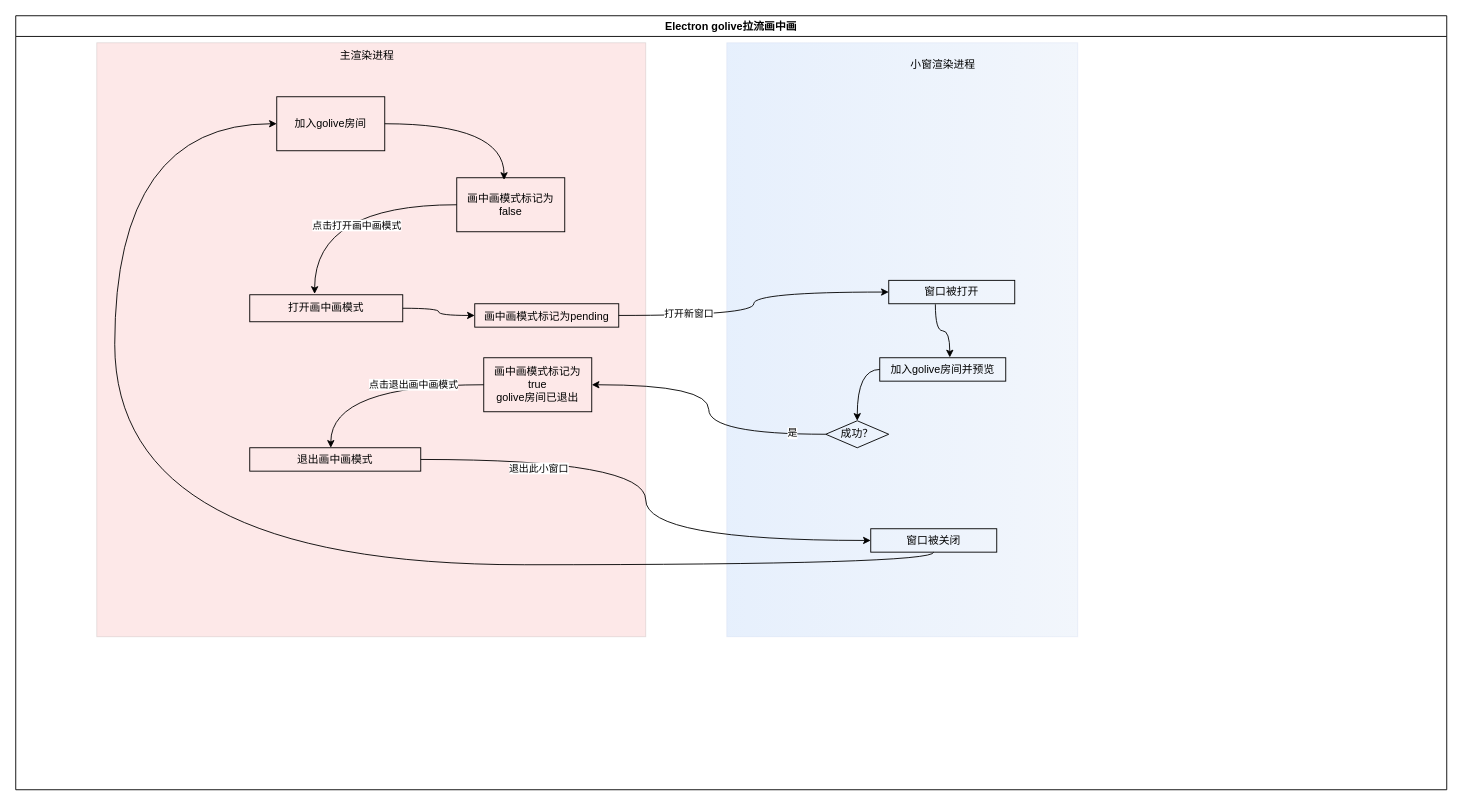
Above: 新窗口画中画.drawio in ccccccp/draw-io (draw.io), before the change. Source tidied: cells renumbered, new cells numbered last; positions are measured from the earlier drawing's top-left corner, leaving out a move shared by most shapes. Both pictures are drawn from the tidied source at 90%, with x=0, y=0 at pixel (15, 15).
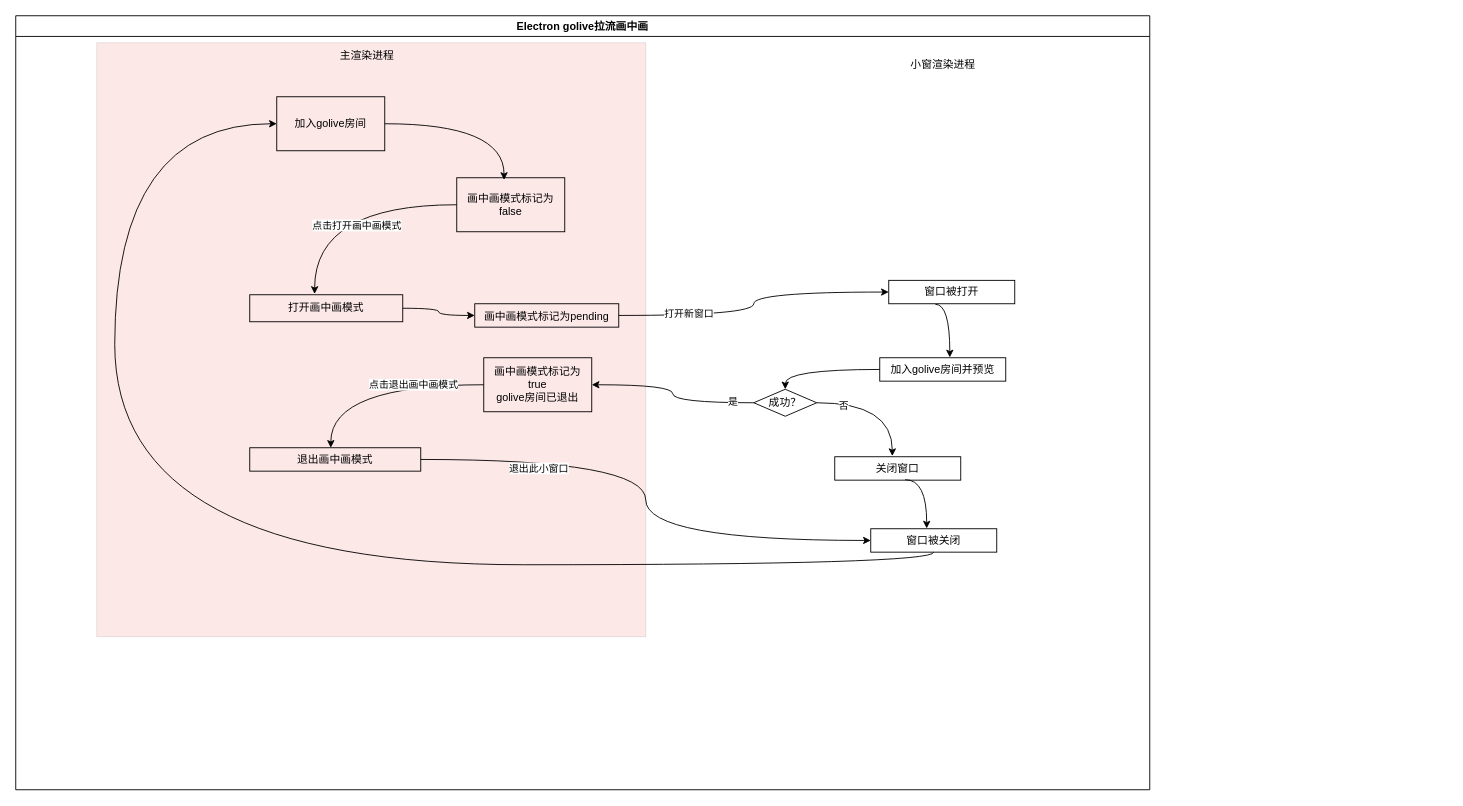
Above is the later version.

Commit message:
更新新窗口画中画.drawio

Unchanged cells that the change refers to:
```xml
<mxCell id="8" value="加入golive房间并预览" style="text;strokeColor=default;fillColor=none;align=center;verticalAlign=middle;spacingLeft=4;spacingRight=4;overflow=hidden;points=[[0,0.5],[1,0.5]];portConstraint=eastwest;whiteSpace=wrap;html=1;" parent="2" vertex="1">
  <mxGeometry x="960" y="380" width="140" height="26" as="geometry" />
</mxCell>
<mxCell id="11" value="窗口被关闭" style="text;strokeColor=default;fillColor=none;align=center;verticalAlign=middle;spacingLeft=4;spacingRight=4;overflow=hidden;points=[[0,0.5],[1,0.5]];portConstraint=eastwest;whiteSpace=wrap;html=1;" parent="2" vertex="1">
  <mxGeometry x="950" y="570" width="140" height="26" as="geometry" />
</mxCell>
<mxCell id="12" value="窗口被打开" style="text;strokeColor=default;fillColor=none;align=center;verticalAlign=middle;spacingLeft=4;spacingRight=4;overflow=hidden;points=[[0,0.5],[1,0.5]];portConstraint=eastwest;whiteSpace=wrap;html=1;" parent="2" vertex="1">
  <mxGeometry x="970" y="294" width="140" height="26" as="geometry" />
</mxCell>
```

The edit, as a diff of the source:
```diff
@@
     <mxCell id="2" value="Electron golive拉流画中画" style="swimlane;whiteSpace=wrap;html=1;startSize=23;" parent="1" vertex="1">
-      <mxGeometry width="1590" height="860" as="geometry" />
+      <mxGeometry width="1260" height="860" as="geometry" />
     </mxCell>
-    <mxCell id="3" style="rounded=0;whiteSpace=wrap;html=1;gradientDirection=east;fillColor=#0d68e7;opacity=10;strokeColor=#6c8ebf;gradientColor=#7ea6e0;" parent="2" vertex="1">
-      <mxGeometry x="790" y="30" width="390" height="660" as="geometry" />
-    </mxCell>
@@
     <mxCell id="9" style="edgeStyle=orthogonalEdgeStyle;rounded=0;jettySize=auto;html=1;exitX=0.37;exitY=1.023;exitDx=0;exitDy=0;entryX=0.556;entryY=-0.015;entryDx=0;entryDy=0;curved=1;exitPerimeter=0;entryPerimeter=0;" parent="2" edge="1" source="12" target="8">
-      <mxGeometry relative="1" as="geometry" />
+      <mxGeometry relative="1" as="geometry">
+        <Array as="points">
+          <mxPoint x="1038" y="321" />
+        </Array>
+      </mxGeometry>
     </mxCell>
@@
+    <mxCell id="32" style="edgeStyle=orthogonalEdgeStyle;rounded=0;jettySize=auto;html=1;exitX=1;exitY=0.5;exitDx=0;exitDy=0;curved=1;entryX=0.457;entryY=-0.03;entryDx=0;entryDy=0;entryPerimeter=0;" parent="2" edge="1" source="15" target="35">
+      <mxGeometry relative="1" as="geometry" />
+    </mxCell>
+    <mxCell id="33" value="否" style="edgeLabel;html=1;align=center;verticalAlign=middle;" parent="32" vertex="1">
+      <mxGeometry x="-0.59" y="-3" relative="1" as="geometry" />
+    </mxCell>
     <mxCell id="15" value="成功？" style="rhombus;whiteSpace=wrap;html=1;align=center;verticalAlign=middle;fillColor=none;gradientColor=none;spacingLeft=4;spacingRight=4;" parent="2" vertex="1">
-      <mxGeometry x="900" y="450" width="70" height="30" as="geometry" />
+      <mxGeometry x="820" y="415" width="70" height="30" as="geometry" />
     </mxCell>
@@
+    <mxCell id="34" style="edgeStyle=orthogonalEdgeStyle;rounded=0;jettySize=auto;html=1;entryX=0.444;entryY=-0.013;entryDx=0;entryDy=0;entryPerimeter=0;curved=1;exitX=0.559;exitY=0.979;exitDx=0;exitDy=0;exitPerimeter=0;" parent="2" edge="1" source="35" target="11">
+      <mxGeometry relative="1" as="geometry">
+        <Array as="points">
+          <mxPoint x="1012" y="516" />
+        </Array>
+      </mxGeometry>
+    </mxCell>
+    <mxCell id="35" value="关闭窗口" style="text;strokeColor=default;fillColor=none;align=center;verticalAlign=middle;spacingLeft=4;spacingRight=4;overflow=hidden;points=[[0,0.5],[1,0.5]];portConstraint=eastwest;whiteSpace=wrap;html=1;" parent="2" vertex="1">
+      <mxGeometry x="910" y="490" width="140" height="26" as="geometry" />
+    </mxCell>
```
